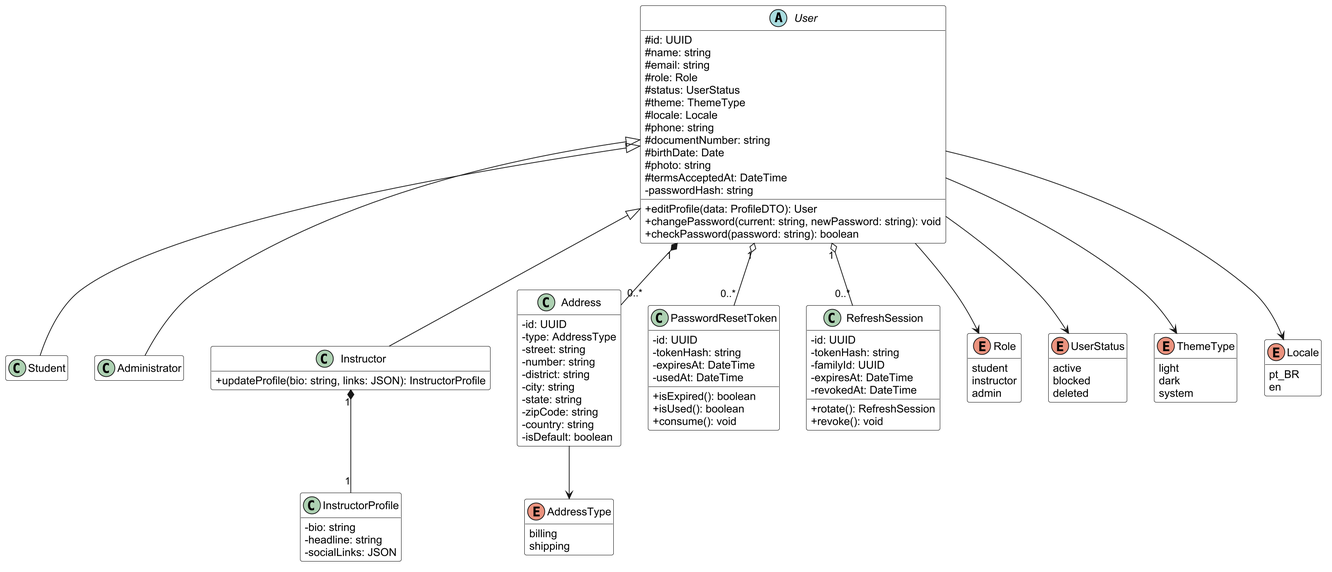
The PlantUML diagram especificacao/diagramas/13-classes-area-a-negocial.png in Plataforma-de-Cursos-TCC/plataforma-cursos-docs, before a commit. Source of this version:
```plantuml
@startuml 13-classes-area-a-negocial
hide empty members
skinparam shadowing false
skinparam dpi 192
skinparam defaultFontName Arial
skinparam classAttributeIconSize 0
skinparam packageStyle rectangle
skinparam class {
  BackgroundColor white
  BorderColor black
}

  abstract class User {
    #id: UUID
    #name: string
    #email: string
    #role: Role
    #status: UserStatus
    #theme: ThemeType
    #locale: Locale
    #phone: string
    #documentNumber: string
    #birthDate: Date
    #photo: string
    #termsAcceptedAt: DateTime
    -passwordHash: string
    +editProfile(data: ProfileDTO): User
    +changePassword(current: string, newPassword: string): void
    +checkPassword(password: string): boolean
  }
  class Student
  class Administrator
  class Instructor {
    +updateProfile(bio: string, links: JSON): InstructorProfile
  }
  class InstructorProfile {
    -bio: string
    -headline: string
    -socialLinks: JSON
  }
  class Address {
    -id: UUID
    -type: AddressType
    -street: string
    -number: string
    -district: string
    -city: string
    -state: string
    -zipCode: string
    -country: string
    -isDefault: boolean
  }
  class PasswordResetToken {
    -id: UUID
    -tokenHash: string
    -expiresAt: DateTime
    -usedAt: DateTime
    +isExpired(): boolean
    +isUsed(): boolean
    +consume(): void
  }
  class RefreshSession {
    -id: UUID
    -tokenHash: string
    -familyId: UUID
    -expiresAt: DateTime
    -revokedAt: DateTime
    +rotate(): RefreshSession
    +revoke(): void
  }
  enum Role {
    student
    instructor
    admin
  }
  enum UserStatus {
    active
    blocked
    deleted
  }
  enum ThemeType {
    light
    dark
    system
  }
  enum Locale {
    pt_BR
    en
  }
  enum AddressType {
    billing
    shipping
  }

User <|-- Student
User <|-- Instructor
User <|-- Administrator
User "1" *-- "0..*" Address
Instructor "1" *-- "1" InstructorProfile
User "1" o-- "0..*" PasswordResetToken
User "1" o-- "0..*" RefreshSession
User --> Role
User --> UserStatus
User --> ThemeType
User --> Locale
Address --> AddressType
@enduml
```
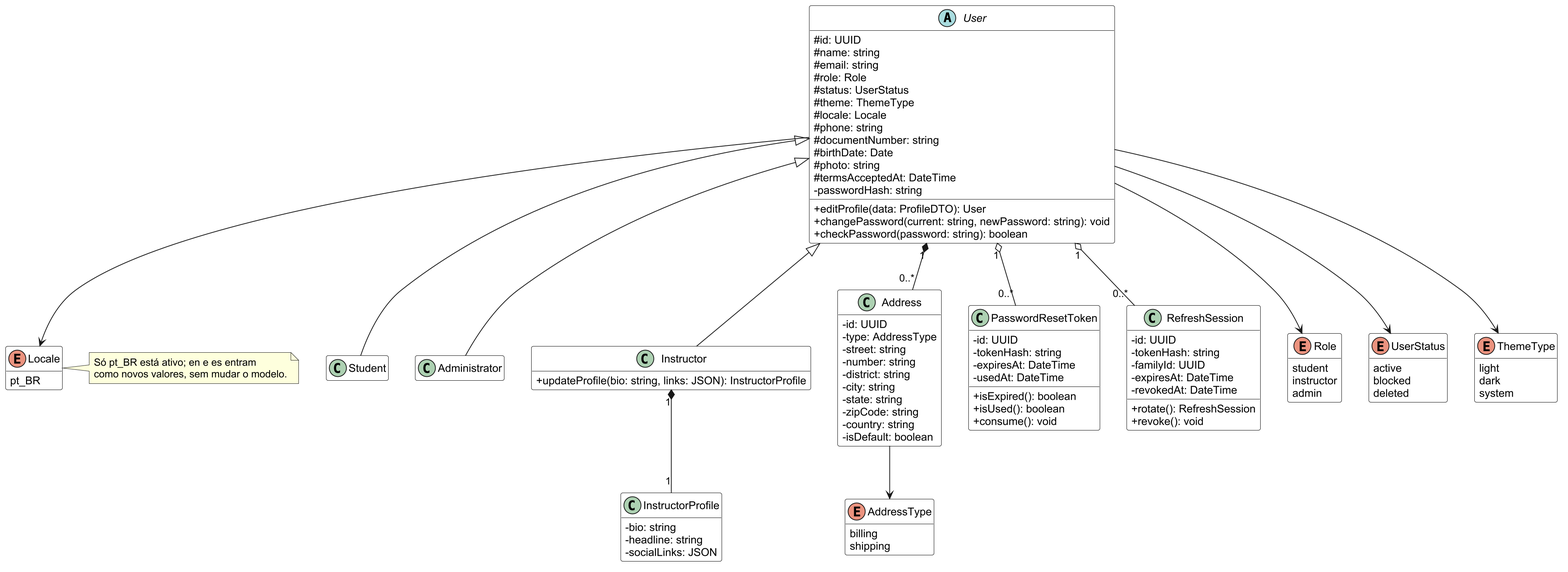
The same diagram one commit later.

Commit message:
docs(item-13): keep only pt_BR active in the Locale enum

en and es are prepared to enter as new enum values, so the model does not
change when they arrive.

Change to the diagram source:
```diff
@@ -85,7 +85,6 @@
   }
   enum Locale {
     pt_BR
-    en
   }
   enum AddressType {
     billing
@@ -104,4 +103,9 @@
 User --> ThemeType
 User --> Locale
 Address --> AddressType
+
+note right of Locale
+  Só pt_BR está ativo; en e es entram
+  como novos valores, sem mudar o modelo.
+end note
 @enduml
```
